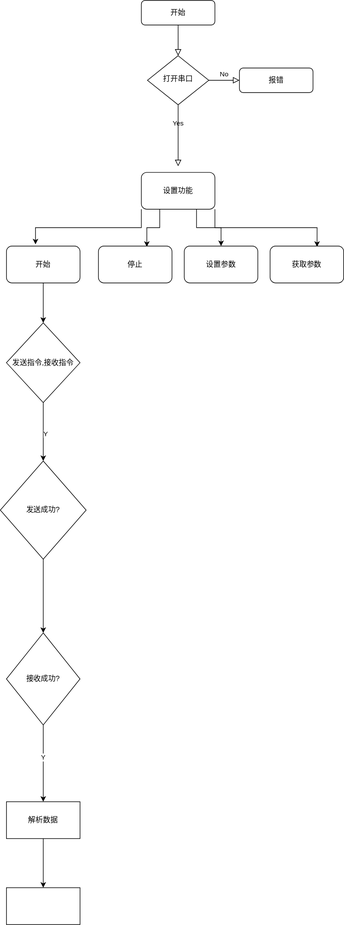
Earlier version of the draw.io export 理疗/理疗流程图.drawio.svg (Durpe/Drawio). Source tidied: cells renumbered, new cells last; positions are measured from the earlier drawing's top-left corner, leaving out a move shared by most shapes.
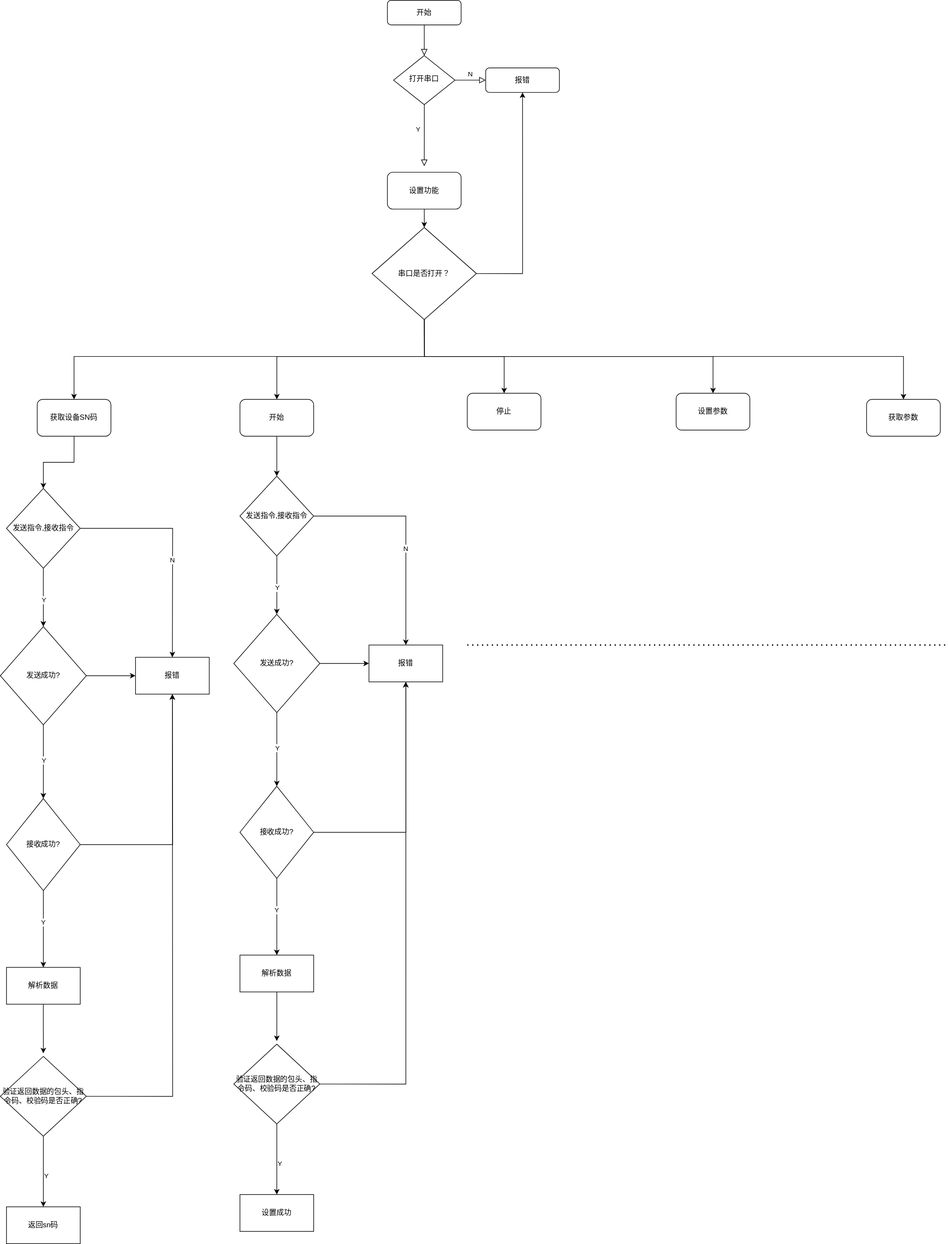
The same diagram one commit later.

Commit message:
更新理疗流程图.drawio.svg

Diff of the diagram source:
```diff
@@ -8,12 +8,12 @@
     <mxCell id="3" value="开始" style="rounded=1;whiteSpace=wrap;html=1;fontSize=12;glass=0;strokeWidth=1;shadow=0;" parent="1" vertex="1">
       <mxGeometry x="230" width="120" height="40" as="geometry" />
     </mxCell>
-    <mxCell id="4" value="Yes" style="rounded=0;html=1;jettySize=auto;fontSize=11;endArrow=block;endFill=0;endSize=8;strokeWidth=1;shadow=0;labelBackgroundColor=none;edgeStyle=orthogonalEdgeStyle;" parent="1" edge="1" source="6">
-      <mxGeometry y="20" relative="1" as="geometry">
+    <mxCell id="4" value="Y" style="rounded=0;html=1;jettySize=auto;fontSize=11;endArrow=block;endFill=0;endSize=8;strokeWidth=1;shadow=0;labelBackgroundColor=none;edgeStyle=orthogonalEdgeStyle;" parent="1" edge="1" source="6">
+      <mxGeometry x="-0.2" y="-10" relative="1" as="geometry">
         <mxPoint x="290" y="270" as="targetPoint" />
       </mxGeometry>
     </mxCell>
-    <mxCell id="5" value="No" style="edgeStyle=orthogonalEdgeStyle;rounded=0;html=1;jettySize=auto;fontSize=11;endArrow=block;endFill=0;endSize=8;strokeWidth=1;shadow=0;labelBackgroundColor=none;" parent="1" edge="1" source="6" target="7">
+    <mxCell id="5" value="N" style="edgeStyle=orthogonalEdgeStyle;rounded=0;html=1;jettySize=auto;fontSize=11;endArrow=block;endFill=0;endSize=8;strokeWidth=1;shadow=0;labelBackgroundColor=none;" parent="1" edge="1" source="6" target="7">
       <mxGeometry y="10" relative="1" as="geometry" />
     </mxCell>
     <mxCell id="6" value="打开串口" style="rhombus;whiteSpace=wrap;html=1;shadow=0;fontFamily=Helvetica;fontSize=12;align=center;strokeWidth=1;spacing=6;spacingTop=-4;" parent="1" vertex="1">
@@ -22,18 +22,9 @@
     <mxCell id="7" value="报错" style="rounded=1;whiteSpace=wrap;html=1;fontSize=12;glass=0;strokeWidth=1;shadow=0;" parent="1" vertex="1">
       <mxGeometry x="390" y="110" width="120" height="40" as="geometry" />
     </mxCell>
-    <mxCell id="8" style="edgeStyle=orthogonalEdgeStyle;rounded=0;jettySize=auto;html=1;exitX=0;exitY=1;exitDx=0;exitDy=0;entryX=0.395;entryY=-0.047;entryDx=0;entryDy=0;entryPerimeter=0;" parent="1" edge="1" source="12" target="14">
-      <mxGeometry relative="1" as="geometry" />
-    </mxCell>
-    <mxCell id="9" style="edgeStyle=orthogonalEdgeStyle;rounded=0;jettySize=auto;html=1;exitX=0.25;exitY=1;exitDx=0;exitDy=0;entryX=0.658;entryY=0.02;entryDx=0;entryDy=0;entryPerimeter=0;" parent="1" edge="1" source="12" target="15">
-      <mxGeometry relative="1" as="geometry" />
-    </mxCell>
-    <mxCell id="10" style="edgeStyle=orthogonalEdgeStyle;rounded=0;jettySize=auto;html=1;exitX=0.75;exitY=1;exitDx=0;exitDy=0;entryX=0.5;entryY=0;entryDx=0;entryDy=0;" parent="1" edge="1" source="12" target="16">
-      <mxGeometry relative="1" as="geometry" />
-    </mxCell>
-    <mxCell id="11" style="edgeStyle=orthogonalEdgeStyle;rounded=0;jettySize=auto;html=1;exitX=1;exitY=1;exitDx=0;exitDy=0;entryX=0.638;entryY=0.02;entryDx=0;entryDy=0;entryPerimeter=0;" parent="1" edge="1" source="12" target="17">
-      <mxGeometry relative="1" as="geometry" />
-    </mxCell>
+    <mxCell id="29" style="edgeStyle=orthogonalEdgeStyle;rounded=0;jettySize=auto;html=1;exitX=0.5;exitY=1;exitDx=0;exitDy=0;" parent="1" edge="1" source="12" target="49">
+      <mxGeometry relative="1" as="geometry" />
+    </mxCell>
     <mxCell id="12" value="设置功能" style="rounded=1;whiteSpace=wrap;html=1;" parent="1" vertex="1">
       <mxGeometry x="230" y="280" width="120" height="60" as="geometry" />
     </mxCell>
@@ -41,33 +32,49 @@
       <mxGeometry relative="1" as="geometry" />
     </mxCell>
     <mxCell id="14" value="开始" style="rounded=1;whiteSpace=wrap;html=1;" parent="1" vertex="1">
-      <mxGeometry x="10" y="400" width="120" height="60" as="geometry" />
+      <mxGeometry x="-10" y="650" width="120" height="60" as="geometry" />
     </mxCell>
     <mxCell id="15" value="停止" style="rounded=1;whiteSpace=wrap;html=1;" parent="1" vertex="1">
-      <mxGeometry x="160" y="400" width="120" height="60" as="geometry" />
+      <mxGeometry x="360" y="640" width="120" height="60" as="geometry" />
     </mxCell>
     <mxCell id="16" value="设置参数" style="rounded=1;whiteSpace=wrap;html=1;" parent="1" vertex="1">
-      <mxGeometry x="300" y="400" width="120" height="60" as="geometry" />
+      <mxGeometry x="700" y="640" width="120" height="60" as="geometry" />
     </mxCell>
     <mxCell id="17" value="获取参数" style="rounded=1;whiteSpace=wrap;html=1;" parent="1" vertex="1">
-      <mxGeometry x="440" y="400" width="120" height="60" as="geometry" />
+      <mxGeometry x="1010" y="650" width="120" height="60" as="geometry" />
     </mxCell>
     <mxCell id="18" style="edgeStyle=orthogonalEdgeStyle;rounded=0;jettySize=auto;html=1;" parent="1" edge="1" source="20">
       <mxGeometry relative="1" as="geometry">
-        <mxPoint x="70" y="750" as="targetPoint" />
+        <mxPoint x="50" y="1000" as="targetPoint" />
       </mxGeometry>
     </mxCell>
     <mxCell id="19" value="Y" style="edgeLabel;html=1;align=center;verticalAlign=middle;" parent="18" vertex="1">
-      <mxGeometry x="0.07" y="3" relative="1" as="geometry" />
+      <mxGeometry x="0.07" y="3" relative="1" as="geometry">
+        <mxPoint x="-3" as="offset" />
+      </mxGeometry>
     </mxCell>
+    <mxCell id="30" style="edgeStyle=orthogonalEdgeStyle;rounded=0;jettySize=auto;html=1;" parent="1" edge="1" source="20" target="42">
+      <mxGeometry relative="1" as="geometry" />
+    </mxCell>
+    <mxCell id="31" value="N" style="edgeLabel;html=1;align=center;verticalAlign=middle;" parent="30" vertex="1">
+      <mxGeometry x="0.12" y="-1" relative="1" as="geometry" />
+    </mxCell>
     <mxCell id="20" value="发送指令,接收指令" style="rhombus;whiteSpace=wrap;html=1;" parent="1" vertex="1">
-      <mxGeometry x="10" y="525" width="120" height="130" as="geometry" />
+      <mxGeometry x="-10" y="775" width="120" height="130" as="geometry" />
     </mxCell>
     <mxCell id="21" style="edgeStyle=orthogonalEdgeStyle;rounded=0;jettySize=auto;html=1;" parent="1" edge="1" source="22" target="25">
       <mxGeometry relative="1" as="geometry" />
     </mxCell>
+    <mxCell id="32" value="Y" style="edgeLabel;html=1;align=center;verticalAlign=middle;" parent="21" vertex="1">
+      <mxGeometry x="-0.03" y="5" relative="1" as="geometry">
+        <mxPoint x="-5" as="offset" />
+      </mxGeometry>
+    </mxCell>
+    <mxCell id="33" style="edgeStyle=orthogonalEdgeStyle;rounded=0;jettySize=auto;html=1;exitX=1;exitY=0.5;exitDx=0;exitDy=0;entryX=0;entryY=0.5;entryDx=0;entryDy=0;" parent="1" edge="1" source="22" target="42">
+      <mxGeometry relative="1" as="geometry" />
+    </mxCell>
     <mxCell id="22" value="发送成功?" style="rhombus;whiteSpace=wrap;html=1;" parent="1" vertex="1">
-      <mxGeometry y="750" width="140" height="160" as="geometry" />
+      <mxGeometry x="-20" y="1000" width="140" height="160" as="geometry" />
     </mxCell>
     <mxCell id="23" style="edgeStyle=orthogonalEdgeStyle;rounded=0;jettySize=auto;html=1;" parent="1" edge="1" source="25" target="27">
       <mxGeometry relative="1" as="geometry" />
@@ -75,17 +82,169 @@
     <mxCell id="24" value="Y" style="edgeLabel;html=1;align=center;verticalAlign=middle;" parent="23" vertex="1">
       <mxGeometry x="-0.17" y="-1" relative="1" as="geometry" />
     </mxCell>
+    <mxCell id="34" style="edgeStyle=orthogonalEdgeStyle;rounded=0;jettySize=auto;html=1;exitX=1;exitY=0.5;exitDx=0;exitDy=0;entryX=0.5;entryY=1;entryDx=0;entryDy=0;" parent="1" edge="1" source="25" target="42">
+      <mxGeometry relative="1" as="geometry" />
+    </mxCell>
     <mxCell id="25" value="接收成功?" style="rhombus;whiteSpace=wrap;html=1;" parent="1" vertex="1">
-      <mxGeometry x="10" y="1030" width="120" height="150" as="geometry" />
+      <mxGeometry x="-10" y="1280" width="120" height="150" as="geometry" />
     </mxCell>
-    <mxCell id="26" style="edgeStyle=orthogonalEdgeStyle;rounded=0;jettySize=auto;html=1;" parent="1" edge="1" source="27" target="28">
-      <mxGeometry relative="1" as="geometry" />
+    <mxCell id="26" style="edgeStyle=orthogonalEdgeStyle;rounded=0;jettySize=auto;html=1;" parent="1" edge="1" source="27">
+      <mxGeometry relative="1" as="geometry">
+        <mxPoint x="50" y="1695" as="targetPoint" />
+      </mxGeometry>
     </mxCell>
     <mxCell id="27" value="解析数据" style="whiteSpace=wrap;html=1;" parent="1" vertex="1">
-      <mxGeometry x="10" y="1305" width="120" height="60" as="geometry" />
+      <mxGeometry x="-10" y="1555" width="120" height="60" as="geometry" />
     </mxCell>
-    <mxCell id="28" style="whiteSpace=wrap;html=1;" parent="1" vertex="1">
-      <mxGeometry x="10" y="1445" width="120" height="60" as="geometry" />
-    </mxCell>
+    <mxCell id="35" style="edgeStyle=orthogonalEdgeStyle;rounded=0;jettySize=auto;html=1;" parent="1" edge="1" source="38" target="39">
+      <mxGeometry relative="1" as="geometry" />
+    </mxCell>
+    <mxCell id="36" value="Y" style="edgeLabel;html=1;align=center;verticalAlign=middle;" parent="35" vertex="1">
+      <mxGeometry x="0.12" y="4" relative="1" as="geometry" />
+    </mxCell>
+    <mxCell id="37" style="edgeStyle=orthogonalEdgeStyle;rounded=0;jettySize=auto;html=1;exitX=1;exitY=0.5;exitDx=0;exitDy=0;entryX=0.5;entryY=1;entryDx=0;entryDy=0;" parent="1" edge="1" source="38" target="42">
+      <mxGeometry relative="1" as="geometry" />
+    </mxCell>
+    <mxCell id="38" value="验证返回数据的包头、指令码、校验码是否正确?" style="rhombus;whiteSpace=wrap;html=1;" parent="1" vertex="1">
+      <mxGeometry x="-20" y="1700" width="140" height="130" as="geometry" />
+    </mxCell>
+    <mxCell id="39" value="设置成功" style="whiteSpace=wrap;html=1;" parent="1" vertex="1">
+      <mxGeometry x="-10" y="1945" width="120" height="60" as="geometry" />
+    </mxCell>
+    <mxCell id="40" style="edgeStyle=orthogonalEdgeStyle;rounded=0;jettySize=auto;html=1;exitX=0.5;exitY=1;exitDx=0;exitDy=0;entryX=0.5;entryY=0;entryDx=0;entryDy=0;" parent="1" edge="1" source="41" target="55">
+      <mxGeometry relative="1" as="geometry" />
+    </mxCell>
+    <mxCell id="41" value="获取设备SN码" style="whiteSpace=wrap;html=1;rounded=1;" parent="1" vertex="1">
+      <mxGeometry x="-340" y="650" width="120" height="60" as="geometry" />
+    </mxCell>
+    <mxCell id="42" value="报错" style="whiteSpace=wrap;html=1;" parent="1" vertex="1">
+      <mxGeometry x="200" y="1050" width="120" height="60" as="geometry" />
+    </mxCell>
+    <mxCell id="43" style="edgeStyle=orthogonalEdgeStyle;rounded=0;jettySize=auto;html=1;exitX=1;exitY=0.5;exitDx=0;exitDy=0;entryX=0.5;entryY=1;entryDx=0;entryDy=0;" parent="1" edge="1" source="49" target="7">
+      <mxGeometry relative="1" as="geometry" />
+    </mxCell>
+    <mxCell id="44" style="edgeStyle=orthogonalEdgeStyle;rounded=0;jettySize=auto;html=1;exitX=0.5;exitY=1;exitDx=0;exitDy=0;" parent="1" edge="1" source="49" target="41">
+      <mxGeometry relative="1" as="geometry">
+        <Array as="points">
+          <mxPoint x="290" y="580" />
+          <mxPoint x="-280" y="580" />
+        </Array>
+      </mxGeometry>
+    </mxCell>
+    <mxCell id="45" style="edgeStyle=orthogonalEdgeStyle;rounded=0;jettySize=auto;html=1;exitX=0.5;exitY=1;exitDx=0;exitDy=0;" parent="1" edge="1" source="49" target="14">
+      <mxGeometry relative="1" as="geometry">
+        <Array as="points">
+          <mxPoint x="290" y="580" />
+          <mxPoint x="50" y="580" />
+        </Array>
+      </mxGeometry>
+    </mxCell>
+    <mxCell id="46" style="edgeStyle=orthogonalEdgeStyle;rounded=0;jettySize=auto;html=1;exitX=0.5;exitY=1;exitDx=0;exitDy=0;" parent="1" edge="1" source="49" target="15">
+      <mxGeometry relative="1" as="geometry">
+        <Array as="points">
+          <mxPoint x="290" y="580" />
+          <mxPoint x="420" y="580" />
+        </Array>
+      </mxGeometry>
+    </mxCell>
+    <mxCell id="47" style="edgeStyle=orthogonalEdgeStyle;rounded=0;jettySize=auto;html=1;exitX=0.5;exitY=1;exitDx=0;exitDy=0;" parent="1" edge="1" source="49" target="16">
+      <mxGeometry relative="1" as="geometry" />
+    </mxCell>
+    <mxCell id="48" style="edgeStyle=orthogonalEdgeStyle;rounded=0;jettySize=auto;html=1;exitX=0.5;exitY=1;exitDx=0;exitDy=0;" parent="1" edge="1" source="49" target="17">
+      <mxGeometry relative="1" as="geometry">
+        <Array as="points">
+          <mxPoint x="290" y="580" />
+          <mxPoint x="1070" y="580" />
+        </Array>
+      </mxGeometry>
+    </mxCell>
+    <mxCell id="49" value="串口是否打开？" style="rhombus;whiteSpace=wrap;html=1;" parent="1" vertex="1">
+      <mxGeometry x="205" y="370" width="170" height="150" as="geometry" />
+    </mxCell>
+    <mxCell id="50" style="endArrow=none;dashed=1;html=1;dashPattern=1 3;strokeWidth=2;rounded=0;" parent="1" edge="1">
+      <mxGeometry relative="1" as="geometry">
+        <mxPoint x="360" y="1050" as="sourcePoint" />
+        <mxPoint x="1140" y="1050" as="targetPoint" />
+      </mxGeometry>
+    </mxCell>
+    <mxCell id="51" style="edgeStyle=orthogonalEdgeStyle;rounded=0;jettySize=auto;html=1;" parent="1" edge="1" source="55">
+      <mxGeometry relative="1" as="geometry">
+        <mxPoint x="-330" y="1020" as="targetPoint" />
+      </mxGeometry>
+    </mxCell>
+    <mxCell id="52" value="Y" style="edgeLabel;html=1;align=center;verticalAlign=middle;" parent="51" vertex="1">
+      <mxGeometry x="0.07" y="3" relative="1" as="geometry">
+        <mxPoint x="-3" as="offset" />
+      </mxGeometry>
+    </mxCell>
+    <mxCell id="53" style="edgeStyle=orthogonalEdgeStyle;rounded=0;jettySize=auto;html=1;" parent="1" edge="1" source="55">
+      <mxGeometry relative="1" as="geometry">
+        <mxPoint x="-120" y="1070" as="targetPoint" />
+      </mxGeometry>
+    </mxCell>
+    <mxCell id="54" value="N" style="edgeLabel;html=1;align=center;verticalAlign=middle;" parent="53" vertex="1">
+      <mxGeometry x="0.12" y="-1" relative="1" as="geometry" />
+    </mxCell>
+    <mxCell id="55" value="发送指令,接收指令" style="rhombus;whiteSpace=wrap;html=1;" parent="1" vertex="1">
+      <mxGeometry x="-390" y="795" width="120" height="130" as="geometry" />
+    </mxCell>
+    <mxCell id="56" style="edgeStyle=orthogonalEdgeStyle;rounded=0;jettySize=auto;html=1;" parent="1" edge="1" source="59" target="63">
+      <mxGeometry relative="1" as="geometry" />
+    </mxCell>
+    <mxCell id="57" value="Y" style="edgeLabel;html=1;align=center;verticalAlign=middle;" parent="56" vertex="1">
+      <mxGeometry x="-0.03" y="5" relative="1" as="geometry">
+        <mxPoint x="-5" as="offset" />
+      </mxGeometry>
+    </mxCell>
+    <mxCell id="58" style="edgeStyle=orthogonalEdgeStyle;rounded=0;jettySize=auto;html=1;exitX=1;exitY=0.5;exitDx=0;exitDy=0;entryX=0;entryY=0.5;entryDx=0;entryDy=0;" parent="1" edge="1" source="59">
+      <mxGeometry relative="1" as="geometry">
+        <mxPoint x="-180" y="1100" as="targetPoint" />
+      </mxGeometry>
+    </mxCell>
+    <mxCell id="59" value="发送成功?" style="rhombus;whiteSpace=wrap;html=1;" parent="1" vertex="1">
+      <mxGeometry x="-400" y="1020" width="140" height="160" as="geometry" />
+    </mxCell>
+    <mxCell id="60" style="edgeStyle=orthogonalEdgeStyle;rounded=0;jettySize=auto;html=1;" parent="1" edge="1" source="63" target="65">
+      <mxGeometry relative="1" as="geometry" />
+    </mxCell>
+    <mxCell id="61" value="Y" style="edgeLabel;html=1;align=center;verticalAlign=middle;" parent="60" vertex="1">
+      <mxGeometry x="-0.17" y="-1" relative="1" as="geometry" />
+    </mxCell>
+    <mxCell id="62" style="edgeStyle=orthogonalEdgeStyle;rounded=0;jettySize=auto;html=1;exitX=1;exitY=0.5;exitDx=0;exitDy=0;entryX=0.5;entryY=1;entryDx=0;entryDy=0;" parent="1" edge="1" source="63">
+      <mxGeometry relative="1" as="geometry">
+        <mxPoint x="-120" y="1130" as="targetPoint" />
+      </mxGeometry>
+    </mxCell>
+    <mxCell id="63" value="接收成功?" style="rhombus;whiteSpace=wrap;html=1;" parent="1" vertex="1">
+      <mxGeometry x="-390" y="1300" width="120" height="150" as="geometry" />
+    </mxCell>
+    <mxCell id="64" style="edgeStyle=orthogonalEdgeStyle;rounded=0;jettySize=auto;html=1;" parent="1" edge="1" source="65">
+      <mxGeometry relative="1" as="geometry">
+        <mxPoint x="-330" y="1715" as="targetPoint" />
+      </mxGeometry>
+    </mxCell>
+    <mxCell id="65" value="解析数据" style="whiteSpace=wrap;html=1;" parent="1" vertex="1">
+      <mxGeometry x="-390" y="1575" width="120" height="60" as="geometry" />
+    </mxCell>
+    <mxCell id="66" style="edgeStyle=orthogonalEdgeStyle;rounded=0;jettySize=auto;html=1;" parent="1" edge="1" source="69" target="70">
+      <mxGeometry relative="1" as="geometry" />
+    </mxCell>
+    <mxCell id="67" value="Y" style="edgeLabel;html=1;align=center;verticalAlign=middle;" parent="66" vertex="1">
+      <mxGeometry x="0.12" y="4" relative="1" as="geometry" />
+    </mxCell>
+    <mxCell id="68" style="edgeStyle=orthogonalEdgeStyle;rounded=0;jettySize=auto;html=1;exitX=1;exitY=0.5;exitDx=0;exitDy=0;entryX=0.5;entryY=1;entryDx=0;entryDy=0;" parent="1" edge="1" source="69">
+      <mxGeometry relative="1" as="geometry">
+        <mxPoint x="-120" y="1130" as="targetPoint" />
+      </mxGeometry>
+    </mxCell>
+    <mxCell id="69" value="验证返回数据的包头、指令码、校验码是否正确?" style="rhombus;whiteSpace=wrap;html=1;" parent="1" vertex="1">
+      <mxGeometry x="-400" y="1720" width="140" height="130" as="geometry" />
+    </mxCell>
+    <mxCell id="70" value="返回sn码" style="whiteSpace=wrap;html=1;" parent="1" vertex="1">
+      <mxGeometry x="-390" y="1965" width="120" height="60" as="geometry" />
+    </mxCell>
+    <mxCell id="71" value="报错" style="whiteSpace=wrap;html=1;" parent="1" vertex="1">
+      <mxGeometry x="-180" y="1070" width="120" height="60" as="geometry" />
+    </mxCell>
   </root>
 </mxGraphModel>
```
